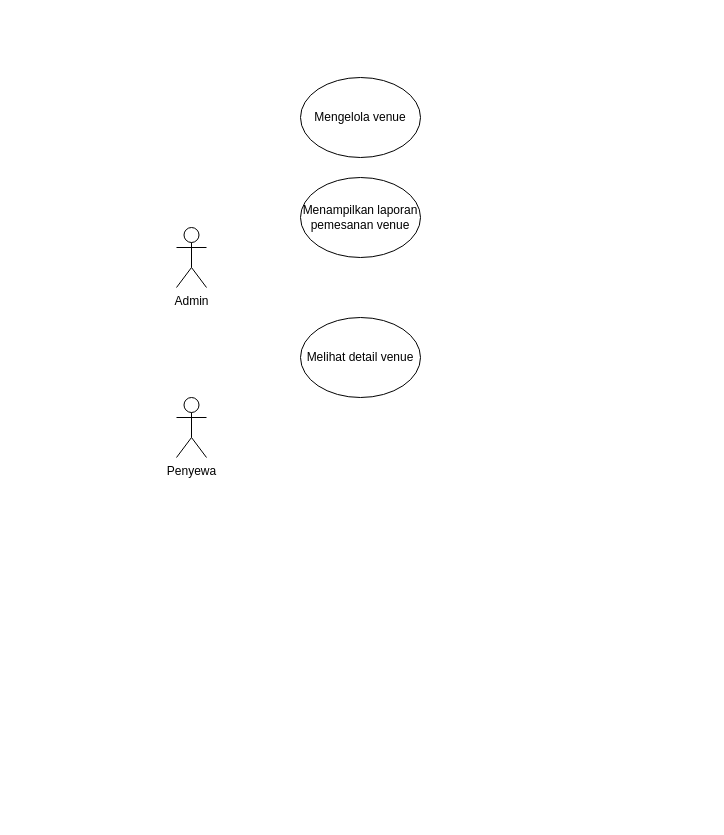
mardiansyah17/app keeps this draw.io diagram as Diagram Tanpa Judul.drawio. Above is the earlier version. Source tidied: cells renumbered, new cells numbered last; positions are measured from the earlier drawing's top-left corner, leaving out a move shared by most shapes. Both pictures are drawn from the tidied source at 100%, with x=0, y=0 at pixel (176, 77).
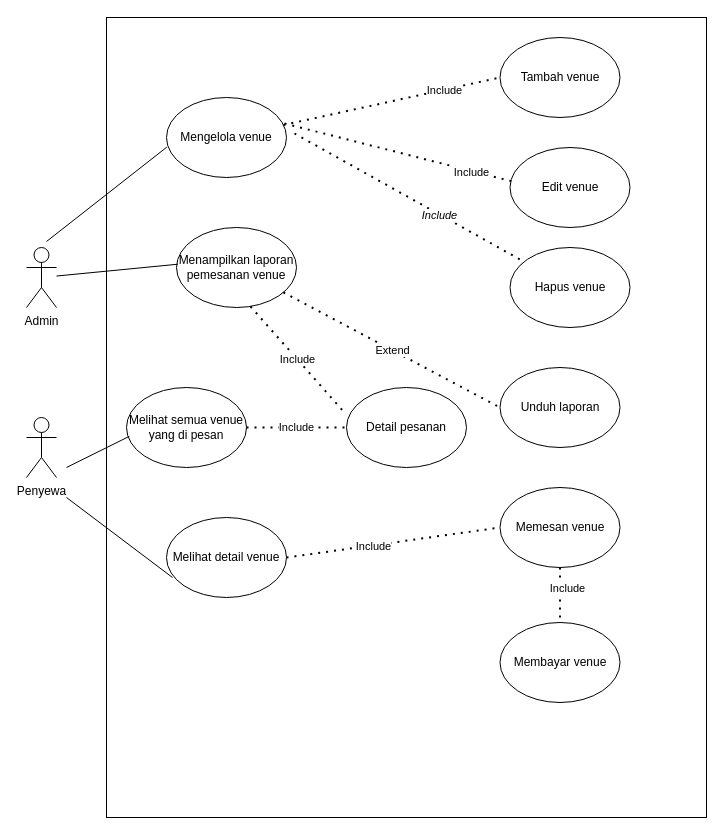
Above is the later version.

Diff of the diagram source:
```diff
@@
+    <mxCell id="7" style="rounded=0;whiteSpace=wrap;html=1;labelBackgroundColor=#0F0F0F;" parent="1" vertex="1">
+      <mxGeometry x="-70" y="-60" width="600" height="800" as="geometry" />
+    </mxCell>
     <mxCell id="2" value="Admin" style="shape=umlActor;verticalLabelPosition=bottom;verticalAlign=top;html=1;outlineConnect=0;" parent="1" vertex="1">
-      <mxGeometry y="150" width="30" height="60" as="geometry" />
+      <mxGeometry x="-150" y="170" width="30" height="60" as="geometry" />
     </mxCell>
     <mxCell id="3" value="Mengelola venue" style="ellipse;whiteSpace=wrap;html=1;" parent="1" vertex="1">
-      <mxGeometry x="124" width="120" height="80" as="geometry" />
+      <mxGeometry x="-10" y="20" width="120" height="80" as="geometry" />
     </mxCell>
     <mxCell id="4" value="Menampilkan laporan pemesanan venue" style="ellipse;whiteSpace=wrap;html=1;" parent="1" vertex="1">
-      <mxGeometry x="124" y="100" width="120" height="80" as="geometry" />
+      <mxGeometry y="150" width="120" height="80" as="geometry" />
     </mxCell>
     <mxCell id="5" value="Penyewa" style="shape=umlActor;verticalLabelPosition=bottom;verticalAlign=top;html=1;" parent="1" vertex="1">
-      <mxGeometry y="320" width="30" height="60" as="geometry" />
+      <mxGeometry x="-150" y="340" width="30" height="60" as="geometry" />
     </mxCell>
     <mxCell id="6" value="Melihat detail venue" style="ellipse;whiteSpace=wrap;html=1;" parent="1" vertex="1">
-      <mxGeometry x="124" y="240" width="120" height="80" as="geometry" />
+      <mxGeometry x="-10" y="440" width="120" height="80" as="geometry" />
     </mxCell>
+    <mxCell id="8" style="endArrow=none;html=1;rounded=0;entryX=0.011;entryY=0.459;entryDx=0;entryDy=0;entryPerimeter=0;" parent="1" edge="1" source="2" target="4">
+      <mxGeometry relative="1" as="geometry" />
+    </mxCell>
+    <mxCell id="9" style="endArrow=none;html=1;rounded=0;entryX=0.003;entryY=0.62;entryDx=0;entryDy=0;entryPerimeter=0;" parent="1" edge="1" target="3">
+      <mxGeometry relative="1" as="geometry">
+        <mxPoint x="-130" y="164" as="sourcePoint" />
+      </mxGeometry>
+    </mxCell>
+    <mxCell id="10" value="Melihat semua venue yang di pesan" style="ellipse;whiteSpace=wrap;html=1;" parent="1" vertex="1">
+      <mxGeometry x="-50" y="310" width="120" height="80" as="geometry" />
+    </mxCell>
+    <mxCell id="11" style="endArrow=none;html=1;rounded=0;entryX=0.024;entryY=0.61;entryDx=0;entryDy=0;entryPerimeter=0;" parent="1" edge="1" target="10">
+      <mxGeometry relative="1" as="geometry">
+        <mxPoint x="-110" y="390" as="sourcePoint" />
+      </mxGeometry>
+    </mxCell>
+    <mxCell id="12" style="endArrow=none;html=1;rounded=0;entryX=0.05;entryY=0.75;entryDx=0;entryDy=0;entryPerimeter=0;" parent="1" edge="1" target="6">
+      <mxGeometry relative="1" as="geometry">
+        <mxPoint x="-110" y="420" as="sourcePoint" />
+      </mxGeometry>
+    </mxCell>
+    <mxCell id="13" value="Memesan venue" style="ellipse;whiteSpace=wrap;html=1;" parent="1" vertex="1">
+      <mxGeometry x="323.5" y="410" width="120" height="80" as="geometry" />
+    </mxCell>
+    <mxCell id="14" style="endArrow=none;dashed=1;html=1;dashPattern=1 3;strokeWidth=2;rounded=0;entryX=0;entryY=0.5;entryDx=0;entryDy=0;exitX=1;exitY=0.5;exitDx=0;exitDy=0;" parent="1" edge="1" source="6" target="13">
+      <mxGeometry relative="1" as="geometry" />
+    </mxCell>
+    <mxCell id="15" value="Include" style="edgeLabel;html=1;align=center;verticalAlign=middle;" parent="14" vertex="1">
+      <mxGeometry x="-0.26" relative="1" as="geometry">
+        <mxPoint x="7" as="offset" />
+      </mxGeometry>
+    </mxCell>
+    <mxCell id="16" value="Unduh laporan" style="ellipse;whiteSpace=wrap;html=1;" parent="1" vertex="1">
+      <mxGeometry x="323.5" y="290" width="120" height="80" as="geometry" />
+    </mxCell>
+    <mxCell id="17" value="Extend" style="endArrow=none;dashed=1;html=1;dashPattern=1 3;strokeWidth=2;rounded=0;entryX=0;entryY=0.5;entryDx=0;entryDy=0;" parent="1" edge="1" source="4" target="16">
+      <mxGeometry relative="1" as="geometry" />
+    </mxCell>
+    <mxCell id="18" value="Membayar venue" style="ellipse;whiteSpace=wrap;html=1;" parent="1" vertex="1">
+      <mxGeometry x="323.5" y="545" width="120" height="80" as="geometry" />
+    </mxCell>
+    <mxCell id="19" style="endArrow=none;dashed=1;html=1;dashPattern=1 3;strokeWidth=2;rounded=0;exitX=0.5;exitY=1;exitDx=0;exitDy=0;" parent="1" edge="1" source="13" target="18">
+      <mxGeometry relative="1" as="geometry" />
+    </mxCell>
+    <mxCell id="20" value="Include" style="edgeLabel;html=1;align=center;verticalAlign=middle;" parent="19" vertex="1">
+      <mxGeometry x="-0.26" relative="1" as="geometry">
+        <mxPoint x="7" as="offset" />
+      </mxGeometry>
+    </mxCell>
+    <mxCell id="21" value="Tambah venue" style="ellipse;whiteSpace=wrap;html=1;" parent="1" vertex="1">
+      <mxGeometry x="323.5" y="-40" width="120" height="80" as="geometry" />
+    </mxCell>
+    <mxCell id="22" value="Edit venue" style="ellipse;whiteSpace=wrap;html=1;" parent="1" vertex="1">
+      <mxGeometry x="333.5" y="70" width="120" height="80" as="geometry" />
+    </mxCell>
+    <mxCell id="23" value="Hapus venue" style="ellipse;whiteSpace=wrap;html=1;" parent="1" vertex="1">
+      <mxGeometry x="333.5" y="170" width="120" height="80" as="geometry" />
+    </mxCell>
+    <mxCell id="24" style="endArrow=none;dashed=1;html=1;dashPattern=1 3;strokeWidth=2;rounded=0;entryX=0;entryY=0.5;entryDx=0;entryDy=0;" parent="1" edge="1" source="3" target="21">
+      <mxGeometry relative="1" as="geometry" />
+    </mxCell>
+    <mxCell id="25" value="Include" style="edgeLabel;html=1;align=center;verticalAlign=middle;" parent="24" vertex="1">
+      <mxGeometry x="0.48" relative="1" as="geometry" />
+    </mxCell>
+    <mxCell id="26" style="endArrow=none;dashed=1;html=1;dashPattern=1 3;strokeWidth=2;rounded=0;entryX=0.018;entryY=0.423;entryDx=0;entryDy=0;entryPerimeter=0;" parent="1" edge="1" target="22">
+      <mxGeometry relative="1" as="geometry">
+        <mxPoint x="108" y="46" as="sourcePoint" />
+      </mxGeometry>
+    </mxCell>
+    <mxCell id="27" value="Include" style="edgeLabel;html=1;align=center;verticalAlign=middle;" parent="26" vertex="1">
+      <mxGeometry x="0.64" y="-1" relative="1" as="geometry" />
+    </mxCell>
+    <mxCell id="28" style="endArrow=none;dashed=1;html=1;dashPattern=1 3;strokeWidth=2;rounded=0;" parent="1" edge="1" target="23">
+      <mxGeometry relative="1" as="geometry">
+        <mxPoint x="118" y="56" as="sourcePoint" />
+      </mxGeometry>
+    </mxCell>
+    <mxCell id="29" value="Include" style="edgeLabel;html=1;align=center;verticalAlign=middle;fontStyle=2;" parent="28" vertex="1">
+      <mxGeometry x="0.26" y="-1" relative="1" as="geometry" />
+    </mxCell>
+    <mxCell id="30" value="Detail pesanan" style="ellipse;whiteSpace=wrap;html=1;" parent="1" vertex="1">
+      <mxGeometry x="170" y="310" width="120" height="80" as="geometry" />
+    </mxCell>
+    <mxCell id="31" value="Include" style="endArrow=none;dashed=1;html=1;dashPattern=1 3;strokeWidth=2;rounded=0;exitX=1;exitY=0.5;exitDx=0;exitDy=0;" parent="1" edge="1" source="10" target="30">
+      <mxGeometry relative="1" as="geometry" />
+    </mxCell>
+    <mxCell id="32" value="Include" style="endArrow=none;dashed=1;html=1;dashPattern=1 3;strokeWidth=2;rounded=0;entryX=-0.017;entryY=0.313;entryDx=0;entryDy=0;entryPerimeter=0;exitX=0.617;exitY=0.988;exitDx=0;exitDy=0;exitPerimeter=0;" parent="1" edge="1" source="4" target="30">
+      <mxGeometry relative="1" as="geometry" />
+    </mxCell>
```
